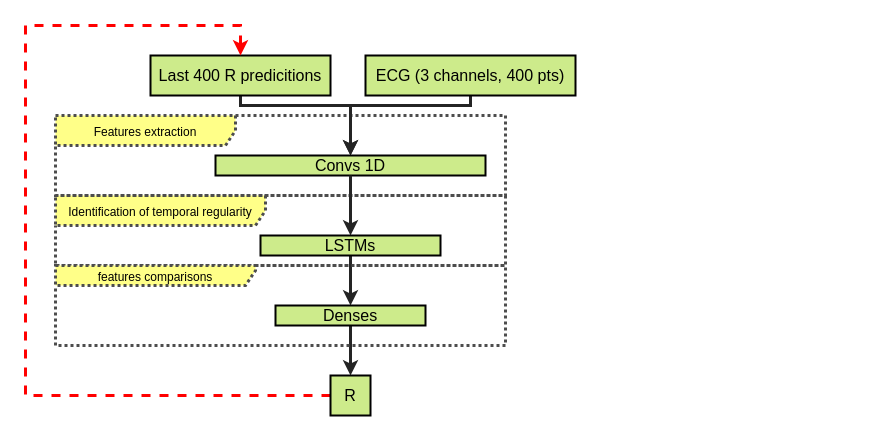
Before: page "V-2" (2 of 5) of Model.drawio in melpiro/Chess, a draw.io diagram. Source tidied: cells renumbered, new cells numbered last; positions are measured from the earlier drawing's top-left corner, leaving out a move shared by most shapes. Both pictures are drawn from the tidied source at 100%, with x=0, y=0 at pixel (25, 25).
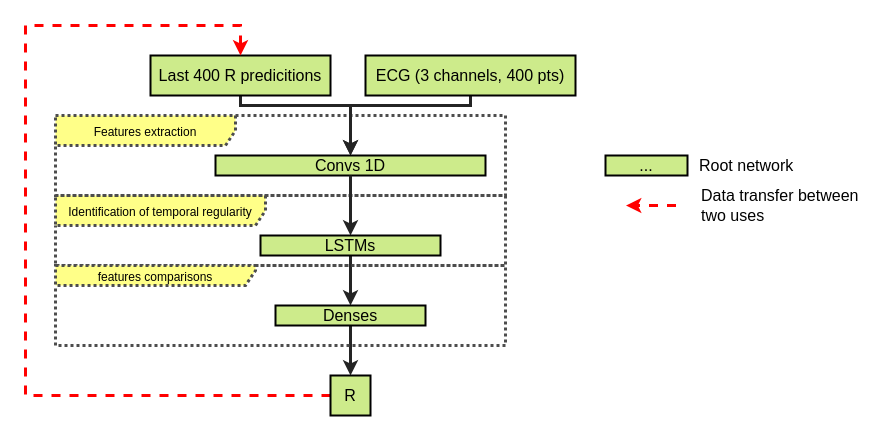
The same page after the edit.

The edit, as a diff of the source:
```diff
@@
+    <mxCell id="17" style="endArrow=classic;html=1;fontColor=#000000;rounded=0;dashed=1;fontSize=16;strokeColor=#FF0000;strokeWidth=3;" parent="1" edge="1">
+      <mxGeometry relative="1" as="geometry">
+        <mxPoint x="650.5" y="180" as="sourcePoint" />
+        <mxPoint x="600.5" y="180" as="targetPoint" />
+      </mxGeometry>
+    </mxCell>
+    <mxCell id="18" value="..." style="rounded=0;whiteSpace=wrap;html=1;fillColor=#cdeb8b;strokeColor=#000000;fontColor=#000000;fontSize=16;strokeWidth=2;" parent="1" vertex="1">
+      <mxGeometry x="580" y="130" width="82" height="20" as="geometry" />
+    </mxCell>
+    <mxCell id="19" value="Root network" style="text;html=1;strokeColor=none;fillColor=none;align=left;verticalAlign=middle;whiteSpace=wrap;rounded=0;shadow=0;glass=0;sketch=1;fillWeight=5;hachureGap=-1;fontColor=#000000;fontSize=16;" parent="1" vertex="1">
+      <mxGeometry x="672" y="130" width="110" height="20" as="geometry" />
+    </mxCell>
+    <mxCell id="20" value="Data transfer between two uses" style="text;html=1;strokeColor=none;fillColor=none;align=left;verticalAlign=middle;whiteSpace=wrap;rounded=0;shadow=0;glass=0;sketch=1;fillWeight=5;hachureGap=-1;fontColor=#000000;fontSize=16;" parent="1" vertex="1">
+      <mxGeometry x="673.5" y="170" width="166.5" height="20" as="geometry" />
+    </mxCell>
```
